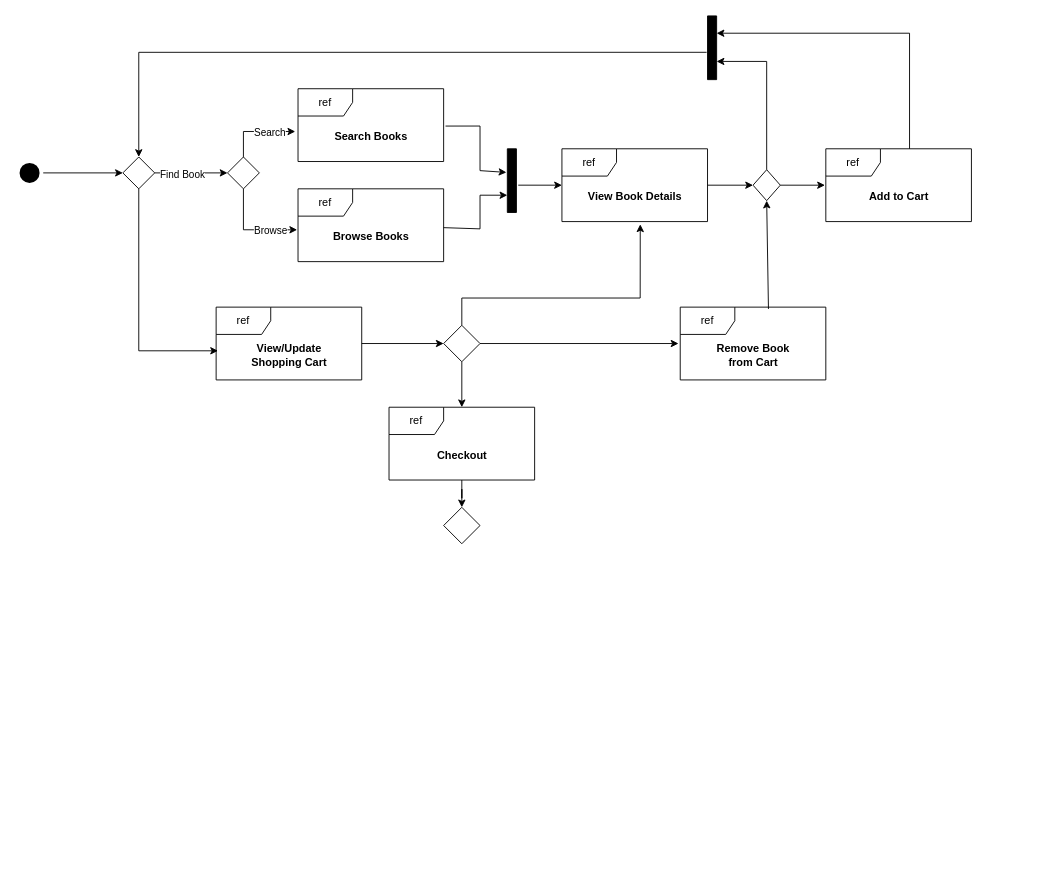
This is InteractionOverviewDiagram.drawio from micahsellis/UMLs, a draw.io file, before an edit. Source tidied: cells renumbered, new cells numbered last; positions are measured from the earlier drawing's top-left corner, leaving out a move shared by most shapes. Both pictures are drawn from the tidied source at 91%, with x=0, y=0 at pixel (15, 15).
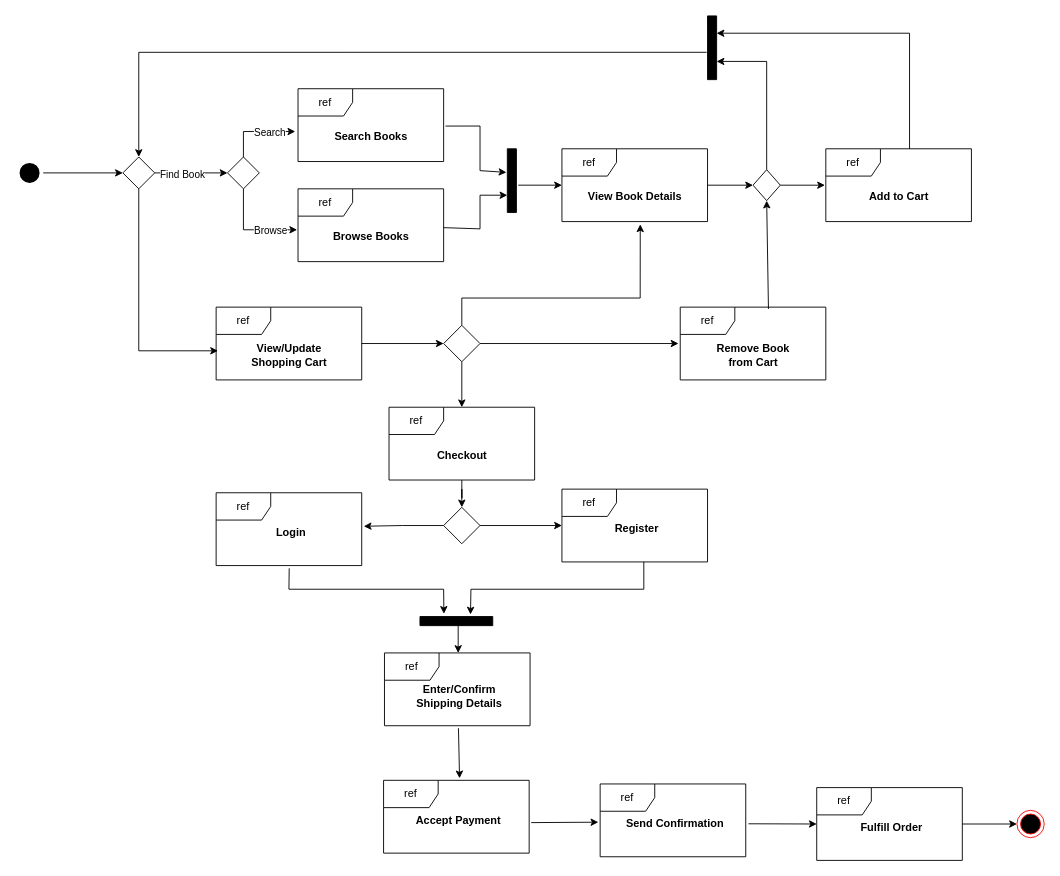
Above is the later version.

Unchanged cells that the change refers to:
```xml
<mxCell id="45" style="rhombus;whiteSpace=wrap;html=1;" parent="1" vertex="1">
  <mxGeometry x="470" y="540" width="40" height="40" as="geometry" />
</mxCell>
```

Change to the diagram source:
```diff
@@
+    <mxCell id="46" style="edgeStyle=orthogonalEdgeStyle;rounded=0;jettySize=auto;html=1;entryX=1.014;entryY=0.46;entryDx=0;entryDy=0;entryPerimeter=0;" parent="1" edge="1" source="45" target="47">
+      <mxGeometry relative="1" as="geometry" />
+    </mxCell>
@@
+    <mxCell id="47" value="ref" style="shape=umlFrame;whiteSpace=wrap;html=1;" parent="1" vertex="1">
+      <mxGeometry x="220" y="524" width="160" height="80" as="geometry" />
+    </mxCell>
+    <mxCell id="48" value="Login" style="text;align=center;fontStyle=1;verticalAlign=middle;spacingLeft=3;spacingRight=3;strokeColor=none;html=1;" parent="1" vertex="1">
+      <mxGeometry x="262" y="555" width="80" height="26" as="geometry" />
+    </mxCell>
+    <mxCell id="49" style="endArrow=classic;html=1;rounded=0;exitX=1;exitY=0.5;exitDx=0;exitDy=0;" parent="1" edge="1" source="45">
+      <mxGeometry relative="1" as="geometry">
+        <mxPoint x="600" y="560" as="targetPoint" />
+      </mxGeometry>
+    </mxCell>
+    <mxCell id="50" value="ref" style="shape=umlFrame;whiteSpace=wrap;html=1;" parent="1" vertex="1">
+      <mxGeometry x="600" y="520" width="160" height="80" as="geometry" />
+    </mxCell>
+    <mxCell id="51" value="Register" style="text;align=center;fontStyle=1;verticalAlign=middle;spacingLeft=3;spacingRight=3;strokeColor=none;html=1;" parent="1" vertex="1">
+      <mxGeometry x="642" y="551" width="80" height="26" as="geometry" />
+    </mxCell>
+    <mxCell id="52" value="ref" style="shape=umlFrame;whiteSpace=wrap;html=1;" parent="1" vertex="1">
+      <mxGeometry x="405" y="700" width="160" height="80" as="geometry" />
+    </mxCell>
+    <mxCell id="53" value="Enter/Confirm&lt;br&gt;&lt;div&gt;Shipping Details&lt;/div&gt;" style="text;align=center;fontStyle=1;verticalAlign=middle;spacingLeft=3;spacingRight=3;strokeColor=none;html=1;" parent="1" vertex="1">
+      <mxGeometry x="447" y="735" width="80" height="26" as="geometry" />
+    </mxCell>
+    <mxCell id="54" style="verticalLabelPosition=bottom;verticalAlign=top;html=1;shape=mxgraph.basic.rect;fillColor2=none;strokeWidth=1;size=20;indent=0;fillColor=#000000;" parent="1" vertex="1">
+      <mxGeometry x="444" y="660" width="80" height="10" as="geometry" />
+    </mxCell>
+    <mxCell id="55" style="endArrow=classic;html=1;rounded=0;entryX=0.329;entryY=-0.3;entryDx=0;entryDy=0;entryPerimeter=0;exitX=0.502;exitY=1.038;exitDx=0;exitDy=0;exitPerimeter=0;" parent="1" edge="1" source="47" target="54">
+      <mxGeometry relative="1" as="geometry">
+        <Array as="points">
+          <mxPoint x="300" y="630" />
+          <mxPoint x="470" y="630" />
+        </Array>
+      </mxGeometry>
+    </mxCell>
+    <mxCell id="56" style="endArrow=classic;html=1;rounded=0;entryX=0.694;entryY=-0.223;entryDx=0;entryDy=0;entryPerimeter=0;" parent="1" edge="1" target="54">
+      <mxGeometry relative="1" as="geometry">
+        <mxPoint x="690" y="600" as="sourcePoint" />
+        <Array as="points">
+          <mxPoint x="690" y="630" />
+          <mxPoint x="500" y="630" />
+        </Array>
+      </mxGeometry>
+    </mxCell>
+    <mxCell id="57" style="endArrow=classic;html=1;rounded=0;" parent="1" edge="1">
+      <mxGeometry relative="1" as="geometry">
+        <mxPoint x="486" y="665" as="sourcePoint" />
+        <mxPoint x="486" y="700" as="targetPoint" />
+      </mxGeometry>
+    </mxCell>
+    <mxCell id="58" value="ref" style="shape=umlFrame;whiteSpace=wrap;html=1;" parent="1" vertex="1">
+      <mxGeometry x="404" y="840" width="160" height="80" as="geometry" />
+    </mxCell>
+    <mxCell id="59" value="Accept Payment" style="text;align=center;fontStyle=1;verticalAlign=middle;spacingLeft=3;spacingRight=3;strokeColor=none;html=1;" parent="1" vertex="1">
+      <mxGeometry x="446" y="871" width="80" height="26" as="geometry" />
+    </mxCell>
+    <mxCell id="60" style="endArrow=classic;html=1;rounded=0;exitX=0.508;exitY=1.034;exitDx=0;exitDy=0;exitPerimeter=0;entryX=0.522;entryY=-0.028;entryDx=0;entryDy=0;entryPerimeter=0;" parent="1" edge="1" source="52" target="58">
+      <mxGeometry relative="1" as="geometry" />
+    </mxCell>
+    <mxCell id="61" style="endArrow=classic;html=1;rounded=0;exitX=1.014;exitY=0.581;exitDx=0;exitDy=0;exitPerimeter=0;" parent="1" edge="1" source="58">
+      <mxGeometry relative="1" as="geometry">
+        <mxPoint x="640" y="886" as="targetPoint" />
+      </mxGeometry>
+    </mxCell>
+    <mxCell id="62" value="ref" style="shape=umlFrame;whiteSpace=wrap;html=1;" parent="1" vertex="1">
+      <mxGeometry x="642" y="844" width="160" height="80" as="geometry" />
+    </mxCell>
+    <mxCell id="63" value="Send Confirmation" style="text;align=center;fontStyle=1;verticalAlign=middle;spacingLeft=3;spacingRight=3;strokeColor=none;html=1;" parent="1" vertex="1">
+      <mxGeometry x="684" y="875" width="80" height="26" as="geometry" />
+    </mxCell>
+    <mxCell id="64" style="endArrow=classic;html=1;rounded=0;exitX=1.019;exitY=0.547;exitDx=0;exitDy=0;exitPerimeter=0;" parent="1" edge="1" source="62">
+      <mxGeometry relative="1" as="geometry">
+        <mxPoint x="880" y="888" as="targetPoint" />
+      </mxGeometry>
+    </mxCell>
+    <mxCell id="65" style="edgeStyle=orthogonalEdgeStyle;rounded=0;jettySize=auto;html=1;" parent="1" edge="1" source="66" target="68">
+      <mxGeometry relative="1" as="geometry" />
+    </mxCell>
+    <mxCell id="66" value="ref" style="shape=umlFrame;whiteSpace=wrap;html=1;" parent="1" vertex="1">
+      <mxGeometry x="880" y="848" width="160" height="80" as="geometry" />
+    </mxCell>
+    <mxCell id="67" value="Fulfill Order" style="text;align=center;fontStyle=1;verticalAlign=middle;spacingLeft=3;spacingRight=3;strokeColor=none;html=1;" parent="1" vertex="1">
+      <mxGeometry x="922" y="879" width="80" height="26" as="geometry" />
+    </mxCell>
+    <mxCell id="68" style="ellipse;html=1;shape=endState;fillColor=#000000;strokeColor=#ff0000;" parent="1" vertex="1">
+      <mxGeometry x="1100" y="873" width="30" height="30" as="geometry" />
+    </mxCell>
```
